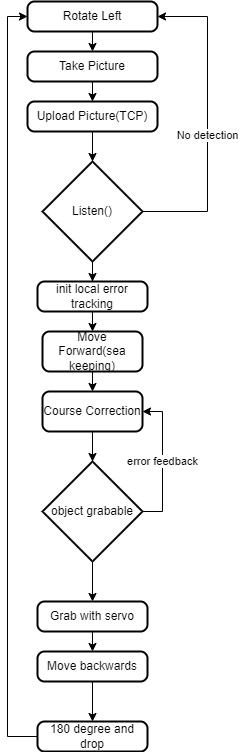
Earlier version of the draw.io export sundoo logic flow.drawio.png (Imsandysh/Autonomous-Ocean-Cleaner). Source tidied: cells renumbered, new cells last; positions are measured from the earlier drawing's top-left corner, leaving out a move shared by most shapes.
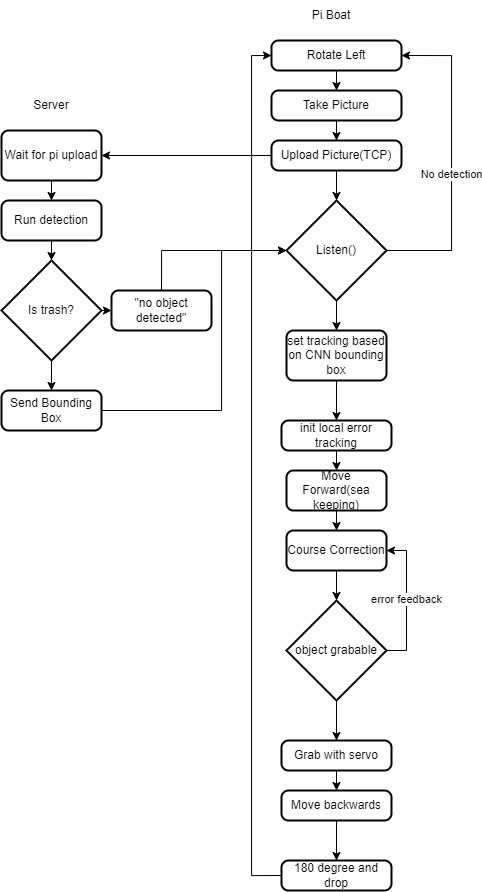
Later version of the same file.

Commit message:
added flow chart server

The edit, as a diff of the source:
```diff
@@ -6,36 +6,39 @@
       <mxGeometry relative="1" as="geometry" />
     </mxCell>
     <mxCell id="3" value="Rotate Left" style="rounded=1;whiteSpace=wrap;html=1;absoluteArcSize=1;arcSize=14;strokeWidth=2;" parent="1" vertex="1">
-      <mxGeometry width="130" height="30" as="geometry" />
+      <mxGeometry y="-100" width="130" height="30" as="geometry" />
     </mxCell>
     <mxCell id="4" style="edgeStyle=orthogonalEdgeStyle;rounded=0;jettySize=auto;html=1;exitX=0.5;exitY=1;exitDx=0;exitDy=0;entryX=0.5;entryY=0;entryDx=0;entryDy=0;" parent="1" edge="1" source="5" target="7">
       <mxGeometry relative="1" as="geometry" />
     </mxCell>
     <mxCell id="5" value="Take Picture" style="rounded=1;whiteSpace=wrap;html=1;absoluteArcSize=1;arcSize=14;strokeWidth=2;" parent="1" vertex="1">
-      <mxGeometry y="50" width="130" height="30" as="geometry" />
+      <mxGeometry y="-50" width="130" height="30" as="geometry" />
     </mxCell>
     <mxCell id="6" style="edgeStyle=orthogonalEdgeStyle;rounded=0;jettySize=auto;html=1;exitX=0.5;exitY=1;exitDx=0;exitDy=0;entryX=0.5;entryY=0;entryDx=0;entryDy=0;entryPerimeter=0;" parent="1" edge="1" source="7" target="11">
       <mxGeometry relative="1" as="geometry" />
     </mxCell>
+    <mxCell id="27" style="edgeStyle=orthogonalEdgeStyle;rounded=0;jettySize=auto;html=1;exitX=0;exitY=0.5;exitDx=0;exitDy=0;" parent="1" edge="1" source="7" target="32">
+      <mxGeometry relative="1" as="geometry" />
+    </mxCell>
     <mxCell id="7" value="Upload Picture(TCP)" style="rounded=1;whiteSpace=wrap;html=1;absoluteArcSize=1;arcSize=14;strokeWidth=2;" parent="1" vertex="1">
-      <mxGeometry y="100" width="130" height="30" as="geometry" />
+      <mxGeometry width="130" height="30" as="geometry" />
     </mxCell>
     <mxCell id="8" style="edgeStyle=orthogonalEdgeStyle;rounded=0;jettySize=auto;html=1;exitX=1;exitY=0.5;exitDx=0;exitDy=0;exitPerimeter=0;entryX=1;entryY=0.5;entryDx=0;entryDy=0;" parent="1" edge="1" source="11" target="3">
       <mxGeometry relative="1" as="geometry">
         <Array as="points">
-          <mxPoint x="180" y="210" />
-          <mxPoint x="180" y="15" />
+          <mxPoint x="180" y="110" />
+          <mxPoint x="180" y="-85" />
         </Array>
       </mxGeometry>
     </mxCell>
     <mxCell id="9" value="No detection" style="edgeLabel;html=1;align=center;verticalAlign=middle;" parent="8" vertex="1">
       <mxGeometry x="-0.08" y="1" relative="1" as="geometry" />
     </mxCell>
-    <mxCell id="10" style="edgeStyle=orthogonalEdgeStyle;rounded=0;jettySize=auto;html=1;exitX=0.5;exitY=1;exitDx=0;exitDy=0;exitPerimeter=0;" parent="1" edge="1" source="11" target="13">
-      <mxGeometry relative="1" as="geometry" />
-    </mxCell>
+    <mxCell id="28" style="edgeStyle=orthogonalEdgeStyle;rounded=0;jettySize=auto;html=1;exitX=0.5;exitY=1;exitDx=0;exitDy=0;exitPerimeter=0;entryX=0.5;entryY=0;entryDx=0;entryDy=0;" parent="1" edge="1" source="11" target="30">
+      <mxGeometry relative="1" as="geometry" />
+    </mxCell>
     <mxCell id="11" value="Listen()" style="strokeWidth=2;html=1;shape=mxgraph.flowchart.decision;whiteSpace=wrap;" parent="1" vertex="1">
-      <mxGeometry x="15" y="160" width="100" height="100" as="geometry" />
+      <mxGeometry x="15" y="60" width="100" height="100" as="geometry" />
     </mxCell>
     <mxCell id="12" style="edgeStyle=orthogonalEdgeStyle;rounded=0;jettySize=auto;html=1;exitX=0.5;exitY=1;exitDx=0;exitDy=0;entryX=0.5;entryY=0;entryDx=0;entryDy=0;" parent="1" edge="1" source="13" target="20">
       <mxGeometry relative="1" as="geometry" />
@@ -82,5 +85,55 @@
     <mxCell id="26" value="180 degree and drop" style="rounded=1;whiteSpace=wrap;html=1;absoluteArcSize=1;arcSize=14;strokeWidth=2;" parent="1" vertex="1">
       <mxGeometry x="10" y="720" width="110" height="30" as="geometry" />
     </mxCell>
+    <mxCell id="29" style="edgeStyle=orthogonalEdgeStyle;rounded=0;jettySize=auto;html=1;exitX=0.5;exitY=1;exitDx=0;exitDy=0;entryX=0.5;entryY=0;entryDx=0;entryDy=0;" parent="1" edge="1" source="30" target="13">
+      <mxGeometry relative="1" as="geometry" />
+    </mxCell>
+    <mxCell id="30" value="set tracking based on CNN bounding box" style="rounded=1;whiteSpace=wrap;html=1;absoluteArcSize=1;arcSize=14;strokeWidth=2;" parent="1" vertex="1">
+      <mxGeometry x="15" y="190" width="100" height="50" as="geometry" />
+    </mxCell>
+    <mxCell id="31" style="edgeStyle=orthogonalEdgeStyle;rounded=0;jettySize=auto;html=1;exitX=0.5;exitY=1;exitDx=0;exitDy=0;entryX=0.5;entryY=0;entryDx=0;entryDy=0;" parent="1" edge="1" source="32" target="36">
+      <mxGeometry relative="1" as="geometry" />
+    </mxCell>
+    <mxCell id="32" value="Wait for pi upload" style="rounded=1;whiteSpace=wrap;html=1;absoluteArcSize=1;arcSize=14;strokeWidth=2;" parent="1" vertex="1">
+      <mxGeometry x="-270" y="-10" width="100" height="50" as="geometry" />
+    </mxCell>
+    <mxCell id="33" value="Server" style="text;html=1;strokeColor=none;fillColor=none;align=center;verticalAlign=middle;whiteSpace=wrap;rounded=0;" parent="1" vertex="1">
+      <mxGeometry x="-250" y="-50" width="60" height="30" as="geometry" />
+    </mxCell>
+    <mxCell id="34" value="Pi Boat" style="text;html=1;strokeColor=none;fillColor=none;align=center;verticalAlign=middle;whiteSpace=wrap;rounded=0;" parent="1" vertex="1">
+      <mxGeometry x="30" y="-140" width="60" height="30" as="geometry" />
+    </mxCell>
+    <mxCell id="35" style="edgeStyle=orthogonalEdgeStyle;rounded=0;jettySize=auto;html=1;exitX=0.5;exitY=1;exitDx=0;exitDy=0;entryX=0.5;entryY=0;entryDx=0;entryDy=0;entryPerimeter=0;" parent="1" edge="1" source="36" target="39">
+      <mxGeometry relative="1" as="geometry" />
+    </mxCell>
+    <mxCell id="36" value="Run detection" style="rounded=1;whiteSpace=wrap;html=1;absoluteArcSize=1;arcSize=14;strokeWidth=2;" parent="1" vertex="1">
+      <mxGeometry x="-270" y="60" width="100" height="40" as="geometry" />
+    </mxCell>
+    <mxCell id="37" style="edgeStyle=orthogonalEdgeStyle;rounded=0;jettySize=auto;html=1;exitX=1;exitY=0.5;exitDx=0;exitDy=0;exitPerimeter=0;entryX=0;entryY=0.5;entryDx=0;entryDy=0;" parent="1" edge="1" source="39" target="43">
+      <mxGeometry relative="1" as="geometry" />
+    </mxCell>
+    <mxCell id="38" style="edgeStyle=orthogonalEdgeStyle;rounded=0;jettySize=auto;html=1;exitX=0.5;exitY=1;exitDx=0;exitDy=0;exitPerimeter=0;entryX=0.5;entryY=0;entryDx=0;entryDy=0;" parent="1" edge="1" source="39" target="41">
+      <mxGeometry relative="1" as="geometry" />
+    </mxCell>
+    <mxCell id="39" value="Is trash?" style="strokeWidth=2;html=1;shape=mxgraph.flowchart.decision;whiteSpace=wrap;" parent="1" vertex="1">
+      <mxGeometry x="-270" y="120" width="100" height="100" as="geometry" />
+    </mxCell>
+    <mxCell id="40" style="edgeStyle=orthogonalEdgeStyle;rounded=0;jettySize=auto;html=1;exitX=1;exitY=0.5;exitDx=0;exitDy=0;entryX=0;entryY=0.5;entryDx=0;entryDy=0;entryPerimeter=0;" parent="1" edge="1" source="41" target="11">
+      <mxGeometry relative="1" as="geometry">
+        <Array as="points">
+          <mxPoint x="-50" y="270" />
+          <mxPoint x="-50" y="110" />
+        </Array>
+      </mxGeometry>
+    </mxCell>
+    <mxCell id="41" value="Send Bounding Box" style="rounded=1;whiteSpace=wrap;html=1;absoluteArcSize=1;arcSize=14;strokeWidth=2;" parent="1" vertex="1">
+      <mxGeometry x="-270" y="250" width="100" height="40" as="geometry" />
+    </mxCell>
+    <mxCell id="42" style="edgeStyle=orthogonalEdgeStyle;rounded=0;jettySize=auto;html=1;exitX=0.5;exitY=0;exitDx=0;exitDy=0;entryX=0;entryY=0.5;entryDx=0;entryDy=0;entryPerimeter=0;" parent="1" edge="1" source="43" target="11">
+      <mxGeometry relative="1" as="geometry" />
+    </mxCell>
+    <mxCell id="43" value="&quot;no object detected&quot;" style="rounded=1;whiteSpace=wrap;html=1;absoluteArcSize=1;arcSize=14;strokeWidth=2;" parent="1" vertex="1">
+      <mxGeometry x="-160" y="150" width="100" height="40" as="geometry" />
+    </mxCell>
   </root>
 </mxGraphModel>
```
